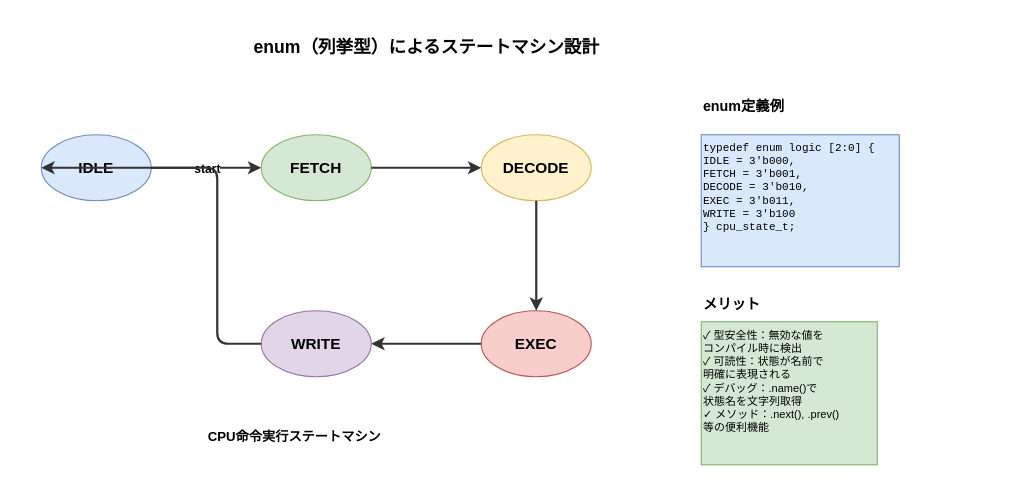
Before: images/systemverilog-guidebook/ch03_enum_statemachine.drawio in aquaxis/webdoc, a draw.io diagram. Source tidied: cells renumbered, new cells numbered last; positions are measured from the earlier drawing's top-left corner, leaving out a move shared by most shapes. Both pictures are drawn from the tidied source at 110%, with x=0, y=0 at pixel (41, 24).
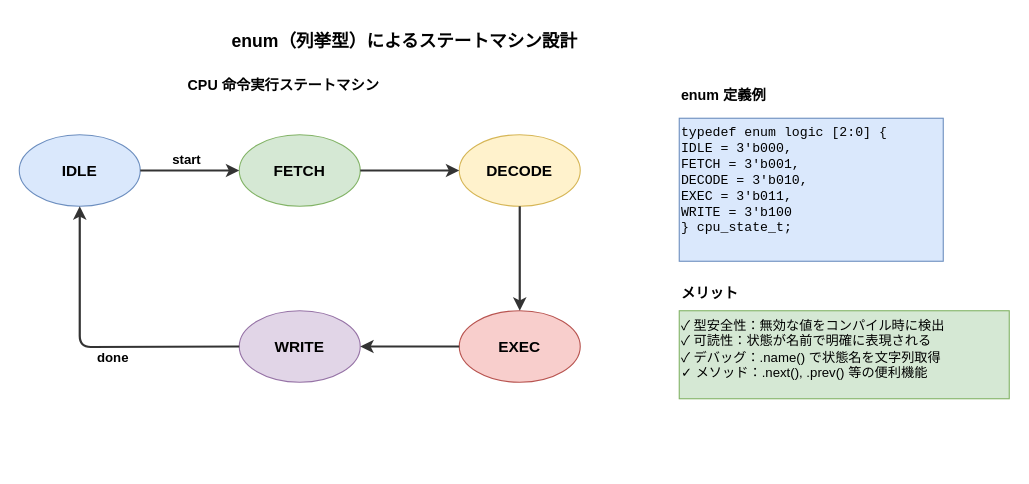
The same diagram, later.

The edit, as a diff of the source:
```diff
@@
     <mxCell id="2" value="&lt;b&gt;enum（列挙型）によるステートマシン設計&lt;/b&gt;" style="text;html=1;align=center;verticalAlign=middle;strokeColor=none;fillColor=none;fontSize=16;" parent="1" vertex="1">
-      <mxGeometry x="160" width="380" height="40" as="geometry" />
+      <mxGeometry x="140" y="-5" width="380" height="40" as="geometry" />
     </mxCell>
+    <mxCell id="18" value="&lt;b&gt;CPU 命令実行ステートマシン&lt;/b&gt;" style="text;html=1;align=center;verticalAlign=middle;strokeColor=none;fillColor=none;fontSize=13;fontStyle=1;" parent="1" vertex="1">
+      <mxGeometry x="110" y="40" width="220" height="30" as="geometry" />
+    </mxCell>
-    <mxCell id="3" value="IDLE" style="ellipse;whiteSpace=wrap;html=1;fillColor=#dae8fc;strokeColor=#6c8ebf;fontSize=14;fontStyle=1;" parent="1" vertex="1">
-      <mxGeometry y="100" width="100" height="60" as="geometry" />
+    <mxCell id="3" value="&lt;b&gt;IDLE&lt;/b&gt;" style="ellipse;whiteSpace=wrap;html=1;fillColor=#dae8fc;strokeColor=#6c8ebf;fontSize=14;fontStyle=1;" parent="1" vertex="1">
+      <mxGeometry x="-20" y="100" width="110" height="65" as="geometry" />
     </mxCell>
-    <mxCell id="4" value="FETCH" style="ellipse;whiteSpace=wrap;html=1;fillColor=#d5e8d4;strokeColor=#82b366;fontSize=14;fontStyle=1;" parent="1" vertex="1">
-      <mxGeometry x="200" y="100" width="100" height="60" as="geometry" />
+    <mxCell id="4" value="&lt;b&gt;FETCH&lt;/b&gt;" style="ellipse;whiteSpace=wrap;html=1;fillColor=#d5e8d4;strokeColor=#82b366;fontSize=14;fontStyle=1;" parent="1" vertex="1">
+      <mxGeometry x="180" y="100" width="110" height="65" as="geometry" />
     </mxCell>
-    <mxCell id="5" value="DECODE" style="ellipse;whiteSpace=wrap;html=1;fillColor=#fff2cc;strokeColor=#d6b656;fontSize=14;fontStyle=1;" parent="1" vertex="1">
-      <mxGeometry x="400" y="100" width="100" height="60" as="geometry" />
+    <mxCell id="5" value="&lt;b&gt;DECODE&lt;/b&gt;" style="ellipse;whiteSpace=wrap;html=1;fillColor=#fff2cc;strokeColor=#d6b656;fontSize=14;fontStyle=1;" parent="1" vertex="1">
+      <mxGeometry x="380" y="100" width="110" height="65" as="geometry" />
     </mxCell>
-    <mxCell id="6" value="EXEC" style="ellipse;whiteSpace=wrap;html=1;fillColor=#f8cecc;strokeColor=#b85450;fontSize=14;fontStyle=1;" parent="1" vertex="1">
-      <mxGeometry x="400" y="260" width="100" height="60" as="geometry" />
+    <mxCell id="6" value="&lt;b&gt;EXEC&lt;/b&gt;" style="ellipse;whiteSpace=wrap;html=1;fillColor=#f8cecc;strokeColor=#b85450;fontSize=14;fontStyle=1;" parent="1" vertex="1">
+      <mxGeometry x="380" y="260" width="110" height="65" as="geometry" />
     </mxCell>
-    <mxCell id="7" value="WRITE" style="ellipse;whiteSpace=wrap;html=1;fillColor=#e1d5e7;strokeColor=#9673a6;fontSize=14;fontStyle=1;" parent="1" vertex="1">
-      <mxGeometry x="200" y="260" width="100" height="60" as="geometry" />
+    <mxCell id="7" value="&lt;b&gt;WRITE&lt;/b&gt;" style="ellipse;whiteSpace=wrap;html=1;fillColor=#e1d5e7;strokeColor=#9673a6;fontSize=14;fontStyle=1;" parent="1" vertex="1">
+      <mxGeometry x="180" y="260" width="110" height="65" as="geometry" />
     </mxCell>
-    <mxCell id="8" style="endArrow=classic;html=1;strokeWidth=2;strokeColor=#333333;entryX=0;entryY=0.5;entryDx=0;entryDy=0;exitX=1;exitY=0.5;exitDx=0;exitDy=0;" parent="1" edge="1" source="3" target="4">
+    <mxCell id="8" style="endArrow=classic;html=1;strokeWidth=2;strokeColor=#333333;exitX=1;exitY=0.5;exitDx=0;exitDy=0;entryX=0;entryY=0.5;entryDx=0;entryDy=0;" parent="1" edge="1" source="3" target="4">
       <mxGeometry relative="1" as="geometry" />
     </mxCell>
-    <mxCell id="9" value="start" style="edgeLabel;html=1;align=center;verticalAlign=middle;fontSize=11;fontStyle=1;" parent="8" vertex="1">
+    <mxCell id="9" value="start" style="edgeLabel;html=1;align=center;verticalAlign=middle;fontSize=12;fontStyle=1;" parent="8" vertex="1">
       <mxGeometry x="-0.1" relative="1" as="geometry">
-        <mxPoint x="5" as="offset" />
+        <mxPoint y="-10" as="offset" />
       </mxGeometry>
     </mxCell>
-    <mxCell id="10" style="endArrow=classic;html=1;strokeWidth=2;strokeColor=#333333;entryX=0;entryY=0.5;entryDx=0;entryDy=0;exitX=1;exitY=0.5;exitDx=0;exitDy=0;" parent="1" edge="1" source="4" target="5">
+    <mxCell id="10" style="endArrow=classic;html=1;strokeWidth=2;strokeColor=#333333;exitX=1;exitY=0.5;exitDx=0;exitDy=0;entryX=0;entryY=0.5;entryDx=0;entryDy=0;" parent="1" edge="1" source="4" target="5">
       <mxGeometry relative="1" as="geometry" />
     </mxCell>
-    <mxCell id="11" style="endArrow=classic;html=1;strokeWidth=2;strokeColor=#333333;entryX=0.5;entryY=0;entryDx=0;entryDy=0;exitX=0.5;exitY=1;exitDx=0;exitDy=0;" parent="1" edge="1" source="5" target="6">
+    <mxCell id="11" style="endArrow=classic;html=1;strokeWidth=2;strokeColor=#333333;exitX=0.5;exitY=1;exitDx=0;exitDy=0;entryX=0.5;entryY=0;entryDx=0;entryDy=0;" parent="1" edge="1" source="5" target="6">
       <mxGeometry relative="1" as="geometry" />
     </mxCell>
-    <mxCell id="12" style="endArrow=classic;html=1;strokeWidth=2;strokeColor=#333333;entryX=1;entryY=0.5;entryDx=0;entryDy=0;exitX=0;exitY=0.5;exitDx=0;exitDy=0;" parent="1" edge="1" source="6" target="7">
+    <mxCell id="12" style="endArrow=classic;html=1;strokeWidth=2;strokeColor=#333333;exitX=0;exitY=0.5;exitDx=0;exitDy=0;entryX=1;entryY=0.5;entryDx=0;entryDy=0;" parent="1" edge="1" source="6" target="7">
       <mxGeometry relative="1" as="geometry" />
     </mxCell>
-    <mxCell id="13" style="endArrow=classic;html=1;strokeWidth=2;strokeColor=#333333;entryX=0;entryY=0.5;entryDx=0;entryDy=0;exitX=0;exitY=0.5;exitDx=0;exitDy=0;" parent="1" edge="1" source="7" target="3">
+    <mxCell id="13" style="endArrow=classic;html=1;strokeWidth=2;strokeColor=#333333;exitX=0;exitY=0.5;exitDx=0;exitDy=0;entryX=0.5;entryY=1;entryDx=0;entryDy=0;" parent="1" edge="1" source="7" target="3">
       <mxGeometry relative="1" as="geometry">
         <Array as="points">
-          <mxPoint x="160" y="290" />
-          <mxPoint x="160" y="130" />
+          <mxPoint x="35" y="293" />
         </Array>
       </mxGeometry>
     </mxCell>
+    <mxCell id="19" value="done" style="edgeLabel;html=1;align=center;verticalAlign=middle;fontSize=12;fontStyle=1;" parent="13" vertex="1">
+      <mxGeometry x="-0.3" relative="1" as="geometry">
+        <mxPoint x="-20" y="10" as="offset" />
+      </mxGeometry>
+    </mxCell>
-    <mxCell id="14" value="&lt;b&gt;enum定義例&lt;/b&gt;" style="text;html=1;align=left;verticalAlign=top;strokeColor=none;fillColor=none;fontSize=13;" parent="1" vertex="1">
-      <mxGeometry x="600" y="60" width="100" height="30" as="geometry" />
+    <mxCell id="14" value="&lt;b&gt;enum 定義例&lt;/b&gt;" style="text;html=1;align=left;verticalAlign=top;strokeColor=none;fillColor=none;fontSize=13;" parent="1" vertex="1">
+      <mxGeometry x="580" y="50" width="120" height="30" as="geometry" />
     </mxCell>
-    <mxCell id="15" value="typedef enum logic [2:0] {&lt;br&gt;    IDLE   = 3'b000,&lt;br&gt;    FETCH  = 3'b001,&lt;br&gt;    DECODE = 3'b010,&lt;br&gt;    EXEC   = 3'b011,&lt;br&gt;    WRITE  = 3'b100&lt;br&gt;} cpu_state_t;" style="text;html=1;align=left;verticalAlign=top;strokeColor=#6c8ebf;fillColor=#dae8fc;fontSize=10;fontFamily=Courier New;" parent="1" vertex="1">
-      <mxGeometry x="600" y="100" width="180" height="120" as="geometry" />
+    <mxCell id="15" value="&lt;font face=&quot;monospace&quot;&gt;typedef enum logic [2:0] {&lt;br&gt;    IDLE   = 3'b000,&lt;br&gt;    FETCH  = 3'b001,&lt;br&gt;    DECODE = 3'b010,&lt;br&gt;    EXEC   = 3'b011,&lt;br&gt;    WRITE  = 3'b100&lt;br&gt;} cpu_state_t;&lt;/font&gt;" style="text;html=1;align=left;verticalAlign=top;strokeColor=#6c8ebf;fillColor=#dae8fc;fontSize=12;fontFamily=Courier New;" parent="1" vertex="1">
+      <mxGeometry x="580" y="85" width="240" height="130" as="geometry" />
     </mxCell>
     <mxCell id="16" value="&lt;b&gt;メリット&lt;/b&gt;" style="text;html=1;align=left;verticalAlign=top;strokeColor=none;fillColor=none;fontSize=13;" parent="1" vertex="1">
-      <mxGeometry x="600" y="240" width="80" height="30" as="geometry" />
+      <mxGeometry x="580" y="230" width="80" height="30" as="geometry" />
     </mxCell>
-    <mxCell id="17" value="✓ 型安全性：無効な値を&lt;br&gt;  コンパイル時に検出&lt;br&gt;✓ 可読性：状態が名前で&lt;br&gt;  明確に表現される&lt;br&gt;✓ デバッグ：.name()で&lt;br&gt;  状態名を文字列取得&lt;br&gt;✓ メソッド：.next(), .prev()&lt;br&gt;  等の便利機能" style="text;html=1;align=left;verticalAlign=top;strokeColor=#82b366;fillColor=#d5e8d4;fontSize=10;" parent="1" vertex="1">
-      <mxGeometry x="600" y="270" width="160" height="130" as="geometry" />
+    <mxCell id="17" value="✓ 型安全性：無効な値をコンパイル時に検出&lt;br&gt;✓ 可読性：状態が名前で明確に表現される&lt;br&gt;✓ デバッグ：.name() で状態名を文字列取得&lt;br&gt;✓ メソッド：.next(), .prev() 等の便利機能" style="text;html=1;align=left;verticalAlign=top;strokeColor=#82b366;fillColor=#d5e8d4;fontSize=12;" parent="1" vertex="1">
+      <mxGeometry x="580" y="260" width="300" height="80" as="geometry" />
     </mxCell>
-    <mxCell id="18" value="&lt;b&gt;CPU命令実行ステートマシン&lt;/b&gt;" style="text;html=1;align=center;verticalAlign=middle;strokeColor=none;fillColor=none;fontSize=12;fontStyle=1;" parent="1" vertex="1">
-      <mxGeometry x="120" y="360" width="220" height="30" as="geometry" />
-    </mxCell>
```
